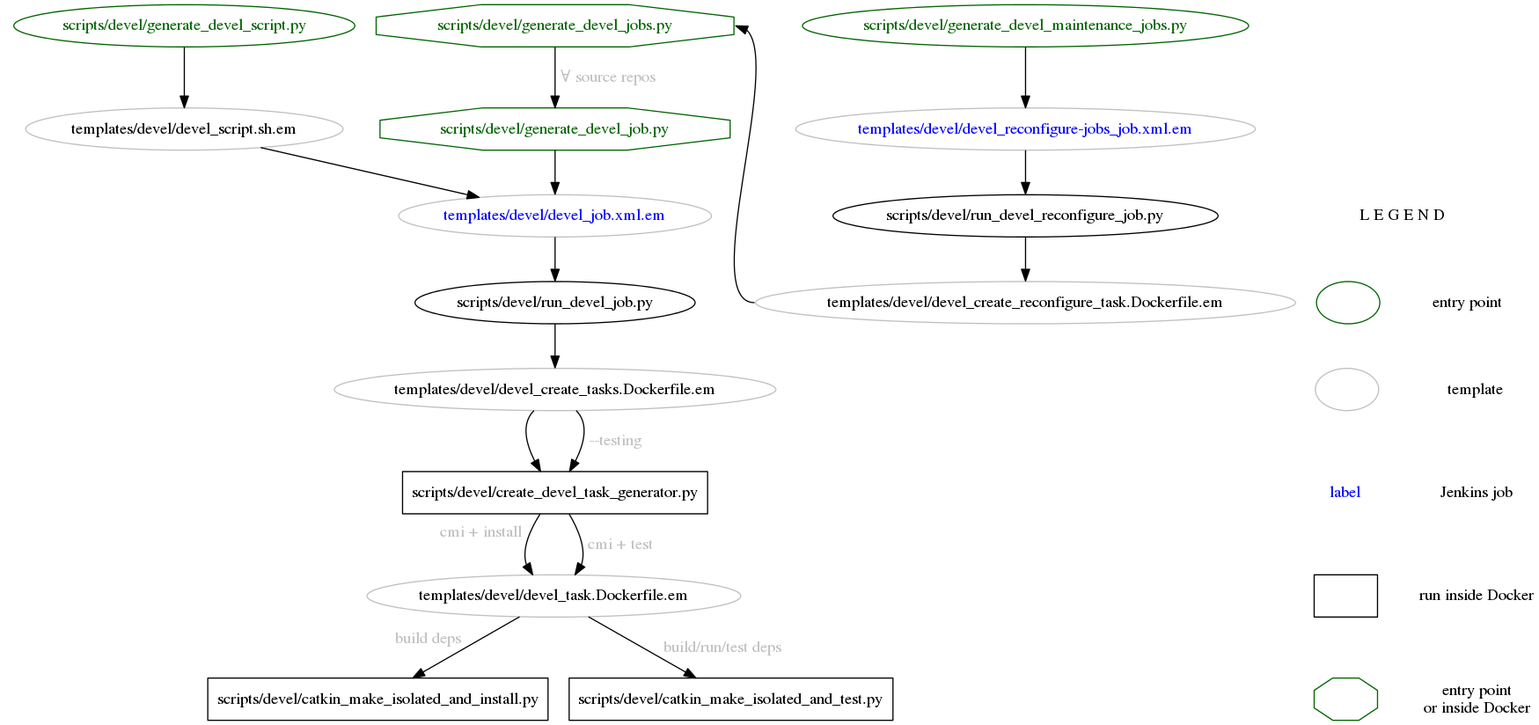
The Graphviz diagram doc/devel_call_graph.png in ros-infrastructure/ros_buildfarm, before a commit. Its source is kept beside it as doc/devel_call_graph.dot. Source of this version:
```dot
digraph {
	# devel scripts
	scripts__devel__catkin_make_isolated_and_install [label="scripts/devel/catkin_make_isolated_and_install.py"]
	scripts__devel__catkin_make_isolated_and_test [label="scripts/devel/catkin_make_isolated_and_test.py"]
	scripts__devel__create_devel_task_generator [label="scripts/devel/create_devel_task_generator.py"]
	scripts__devel__generate_devel_job [label="scripts/devel/generate_devel_job.py"]
	scripts__devel__generate_devel_jobs [label="scripts/devel/generate_devel_jobs.py"]
	scripts__devel__generate_devel_maintenance_jobs [label="scripts/devel/generate_devel_maintenance_jobs.py"]
	scripts__devel__generate_devel_script [label="scripts/devel/generate_devel_script.py"]
	scripts__devel__run_devel_job [label="scripts/devel/run_devel_job.py"]
	scripts__devel__run_devel_reconfigure_job [label="scripts/devel/run_devel_reconfigure_job.py"]

	# devel templates
	templates__devel__devel_create_reconfigure_task__Dockerfile [label="templates/devel/devel_create_reconfigure_task.Dockerfile.em"]
	templates__devel__devel_create_tasks__Dockerfile [label="templates/devel/devel_create_tasks.Dockerfile.em"]
	templates__devel__devel_job__xml [label="templates/devel/devel_job.xml.em"]
	templates__devel__devel_reconfigure_jobs_job__xml [label="templates/devel/devel_reconfigure-jobs_job.xml.em"]
	templates__devel__devel_script__sh [label="templates/devel/devel_script.sh.em"]
	templates__devel__devel_task__Dockerfile [label="templates/devel/devel_task.Dockerfile.em"]

	# templates
	templates__devel__devel_create_reconfigure_task__Dockerfile,
	templates__devel__devel_create_tasks__Dockerfile,
	templates__devel__devel_job__xml,
	templates__devel__devel_reconfigure_jobs_job__xml,
	templates__devel__devel_script__sh,
	templates__devel__devel_task__Dockerfile
		[color="gray"]

	# run in Docker container
	scripts__devel__catkin_make_isolated_and_install,
	scripts__devel__catkin_make_isolated_and_test,
	scripts__devel__create_devel_task_generator
		[shape="box"]
	scripts__devel__generate_devel_job,
	scripts__devel__generate_devel_jobs
		[shape="octagon"]

	# Jenkins job templates
	templates__devel__devel_job__xml,
	templates__devel__devel_reconfigure_jobs_job__xml
		[fontcolor="blue"]

	# entry points
	scripts__devel__generate_devel_job,
	scripts__devel__generate_devel_jobs,
	scripts__devel__generate_devel_maintenance_jobs,
	scripts__devel__generate_devel_script
		[color="darkgreen", fontcolor="darkgreen"]

	# call graph
	scripts__devel__generate_devel_maintenance_jobs -> templates__devel__devel_reconfigure_jobs_job__xml [weight="2"]
	templates__devel__devel_reconfigure_jobs_job__xml -> scripts__devel__run_devel_reconfigure_job [weight="2"]
	scripts__devel__run_devel_reconfigure_job -> templates__devel__devel_create_reconfigure_task__Dockerfile [weight="2"]
	templates__devel__devel_create_reconfigure_task__Dockerfile:w -> scripts__devel__generate_devel_jobs:e [constraint=false]

	scripts__devel__generate_devel_jobs -> scripts__devel__generate_devel_job [fontcolor="gray", label=" &forall; source repos", weight="2"]
	scripts__devel__generate_devel_job -> templates__devel__devel_job__xml [weight="2"]

	templates__devel__devel_job__xml -> scripts__devel__run_devel_job [weight="2"]
	scripts__devel__run_devel_job -> templates__devel__devel_create_tasks__Dockerfile

	templates__devel__devel_create_tasks__Dockerfile:sw -> scripts__devel__create_devel_task_generator
	templates__devel__devel_create_tasks__Dockerfile:se -> scripts__devel__create_devel_task_generator [fontcolor="gray", label=" --testing"]
	scripts__devel__create_devel_task_generator -> templates__devel__devel_task__Dockerfile:nw [fontcolor="gray", xlabel="cmi + install "]
	scripts__devel__create_devel_task_generator -> templates__devel__devel_task__Dockerfile:ne [fontcolor="gray", label=" cmi + test"]
	templates__devel__devel_task__Dockerfile -> scripts__devel__catkin_make_isolated_and_install [fontcolor="gray", xlabel="build deps "]
	templates__devel__devel_task__Dockerfile -> scripts__devel__catkin_make_isolated_and_test [fontcolor="gray", label=" build/run/test deps"]

	scripts__devel__generate_devel_script -> templates__devel__devel_script__sh [weight="2"]
	templates__devel__devel_script__sh -> templates__devel__devel_job__xml [weight="0"]

	# invisible edge to make backward arrow layout well
	scripts__devel__generate_devel_script -> scripts__devel__run_devel_job [color="red", style="invis", weight="0"]

	subgraph legend_subgraph {
		label="Legend"
		node [margin="0", shape="none"]
		legend_anchor [height="0", label="L E G E N D"]

		edge [style="invis"]
		spacer1 [label=""]
		spacer2 [label=""]
		spacer1 -> spacer2 -> legend_anchor

		k1 [color="darkgreen", label="", shape="ellipse"]
		v1 [label="entry point"]
		legend_anchor -> k1
		legend_anchor -> v1

		k2 [color="gray", label="", shape="ellipse"]
		v2 [label="template"]
		k1 -> k2
		v1 -> v2

		k3 [fontcolor="blue", label="label", shape=none]
		v3 [label="Jenkins job"]
		k2 -> k3
		v2 -> v3

		k4 [label="", shape="box"]
		v4 [label="run inside Docker"]
		k3 -> k4
		v3 -> v4

		k5 [color="darkgreen", label="", shape="octagon"]
		v5 [label="entry point\nor inside Docker"]
		k4 -> k5
		v4 -> v5

		edge [constraint=false]
		k1 -> v1
		k2 -> v2
		k3 -> v3
		k4 -> v4
	}
}
```
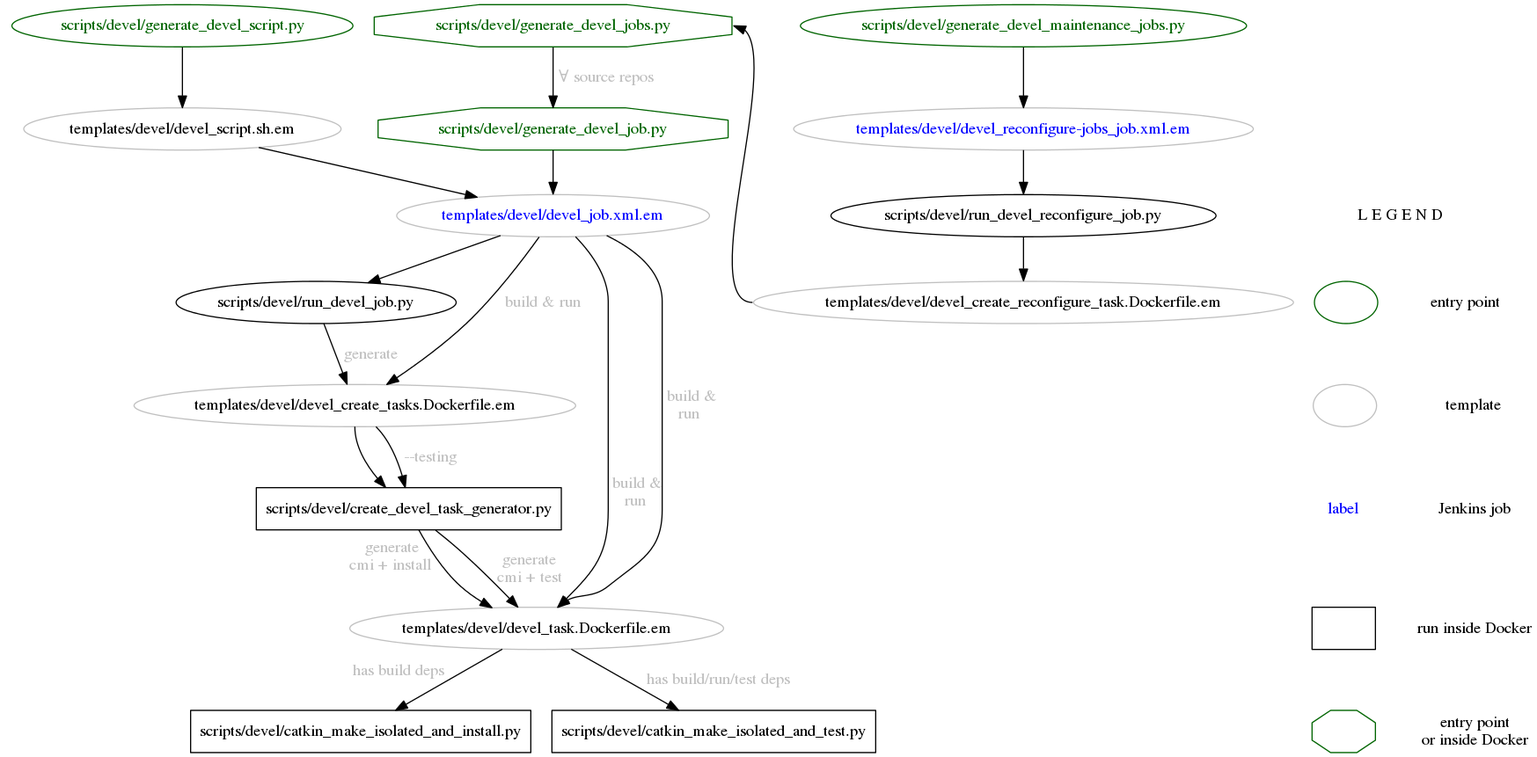
The same diagram one commit later.

Commit message:
improve devel call graph

Change to the diagram source:
```diff
@@ -57,15 +57,18 @@
 	scripts__devel__generate_devel_jobs -> scripts__devel__generate_devel_job [fontcolor="gray", label=" &forall; source repos", weight="2"]
 	scripts__devel__generate_devel_job -> templates__devel__devel_job__xml [weight="2"]
 
-	templates__devel__devel_job__xml -> scripts__devel__run_devel_job [weight="2"]
-	scripts__devel__run_devel_job -> templates__devel__devel_create_tasks__Dockerfile
+	templates__devel__devel_job__xml -> scripts__devel__run_devel_job
+	scripts__devel__run_devel_job -> templates__devel__devel_create_tasks__Dockerfile [fontcolor="gray", label=" generate"]
+	templates__devel__devel_job__xml -> templates__devel__devel_create_tasks__Dockerfile [fontcolor="gray", label="build &amp; run"]
 
-	templates__devel__devel_create_tasks__Dockerfile:sw -> scripts__devel__create_devel_task_generator
+	templates__devel__devel_create_tasks__Dockerfile:s -> scripts__devel__create_devel_task_generator
 	templates__devel__devel_create_tasks__Dockerfile:se -> scripts__devel__create_devel_task_generator [fontcolor="gray", label=" --testing"]
-	scripts__devel__create_devel_task_generator -> templates__devel__devel_task__Dockerfile:nw [fontcolor="gray", xlabel="cmi + install "]
-	scripts__devel__create_devel_task_generator -> templates__devel__devel_task__Dockerfile:ne [fontcolor="gray", label=" cmi + test"]
-	templates__devel__devel_task__Dockerfile -> scripts__devel__catkin_make_isolated_and_install [fontcolor="gray", xlabel="build deps "]
-	templates__devel__devel_task__Dockerfile -> scripts__devel__catkin_make_isolated_and_test [fontcolor="gray", label=" build/run/test deps"]
+	scripts__devel__create_devel_task_generator -> templates__devel__devel_task__Dockerfile [fontcolor="gray", xlabel="generate   \ncmi + install    "]
+	scripts__devel__create_devel_task_generator -> templates__devel__devel_task__Dockerfile [fontcolor="gray", label="generate\ncmi + test"]
+	templates__devel__devel_job__xml -> templates__devel__devel_task__Dockerfile:ne [fontcolor="gray", xlabel=" build &amp;\nrun"]
+	templates__devel__devel_job__xml -> templates__devel__devel_task__Dockerfile:ne [fontcolor="gray", label=" build &amp;\nrun"]
+	templates__devel__devel_task__Dockerfile -> scripts__devel__catkin_make_isolated_and_install [fontcolor="gray", xlabel="has build deps "]
+	templates__devel__devel_task__Dockerfile -> scripts__devel__catkin_make_isolated_and_test [fontcolor="gray", label=" has build/run/test deps"]
 
 	scripts__devel__generate_devel_script -> templates__devel__devel_script__sh [weight="2"]
 	templates__devel__devel_script__sh -> templates__devel__devel_job__xml [weight="0"]
```
